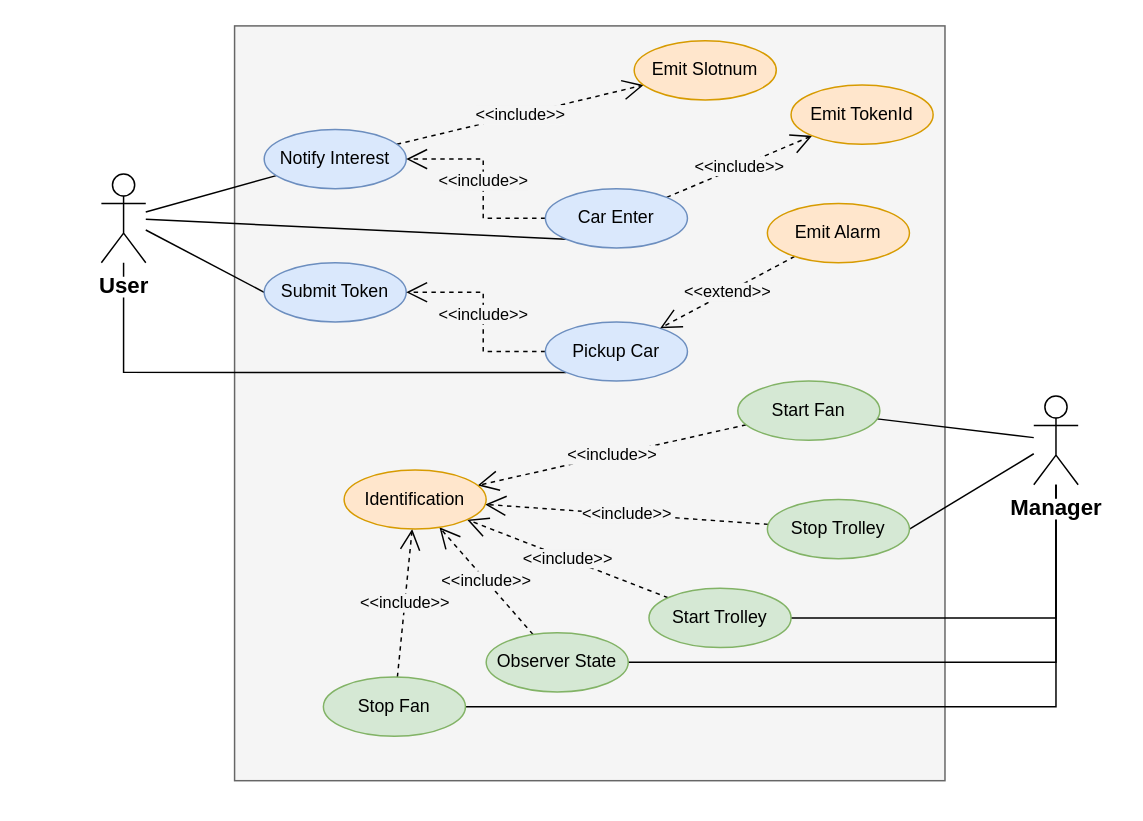
The draw.io diagram userDocs/drawio/useCase.drawio in LM-96/ParkManagerService, before the edit. Source tidied: cells renumbered, new cells numbered last; positions are measured from the earlier drawing's top-left corner, leaving out a move shared by most shapes. Both pictures are drawn from the tidied source at 148%, with x=0, y=0 at pixel (101, 25).
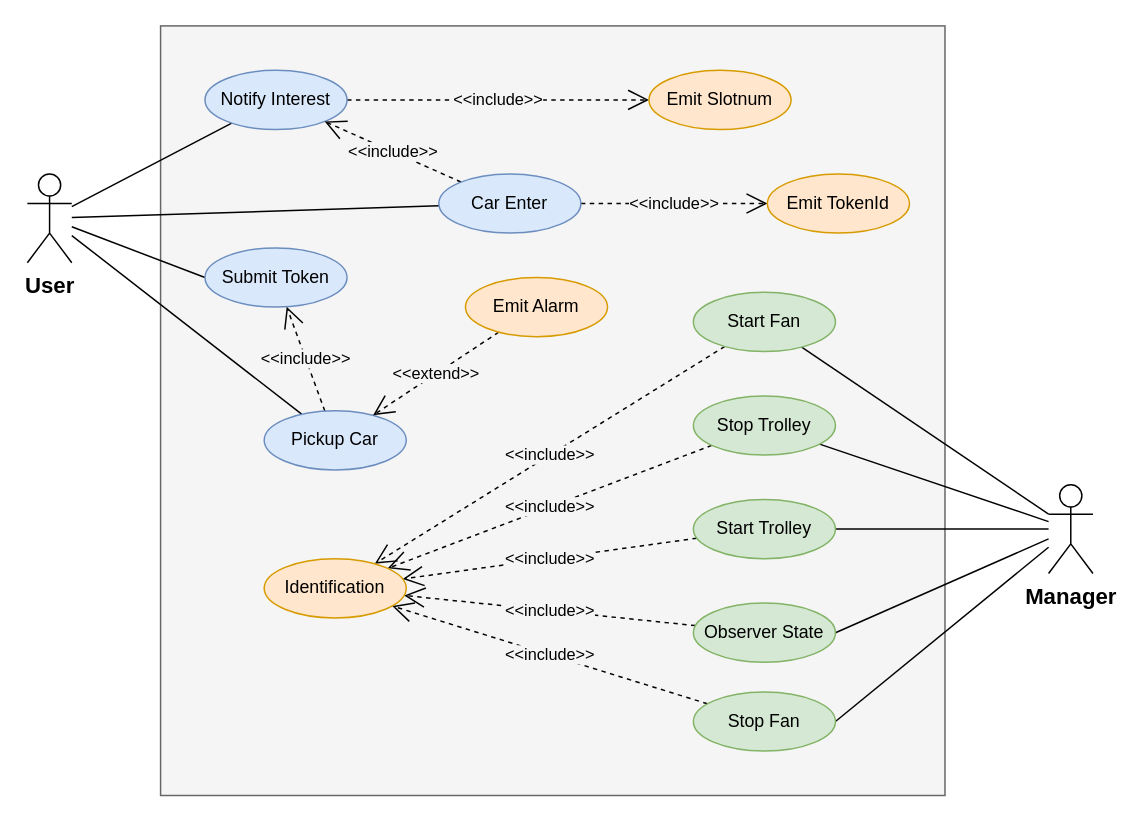
The same page after the edit.

The edit, as a diff of the source:
```diff
@@
     <mxCell id="2" style="rounded=0;whiteSpace=wrap;html=1;fillColor=#f5f5f5;strokeColor=#666666;fontColor=#333333;" parent="1" vertex="1">
-      <mxGeometry x="90" width="480" height="510" as="geometry" />
+      <mxGeometry x="40" width="530" height="520" as="geometry" />
     </mxCell>
@@
-    <mxCell id="4" style="edgeStyle=none;rounded=0;jettySize=auto;html=1;entryX=0;entryY=1;entryDx=0;entryDy=0;endArrow=none;endFill=0;" parent="1" edge="1" source="7" target="18">
+    <mxCell id="4" style="edgeStyle=none;rounded=0;jettySize=auto;html=1;endArrow=none;endFill=0;" parent="1" edge="1" source="7" target="18">
       <mxGeometry relative="1" as="geometry" />
     </mxCell>
@@
-    <mxCell id="6" style="edgeStyle=orthogonalEdgeStyle;rounded=0;jettySize=auto;html=1;entryX=0;entryY=1;entryDx=0;entryDy=0;endArrow=none;endFill=0;" parent="1" edge="1" source="7" target="21">
-      <mxGeometry relative="1" as="geometry">
-        <Array as="points">
-          <mxPoint x="15" y="234" />
-        </Array>
-      </mxGeometry>
+    <mxCell id="6" style="rounded=0;jettySize=auto;html=1;endArrow=none;endFill=0;" parent="1" edge="1" source="7" target="21">
+      <mxGeometry relative="1" as="geometry" />
     </mxCell>
-    <mxCell id="7" value="&lt;span style=&quot;background-color: rgb(255 , 255 , 255)&quot;&gt;&lt;b&gt;&lt;font style=&quot;font-size: 15px&quot;&gt;User&lt;/font&gt;&lt;/b&gt;&lt;/span&gt;" style="shape=umlActor;verticalLabelPosition=bottom;verticalAlign=top;html=1;" parent="1" vertex="1">
-      <mxGeometry y="100" width="30" height="60" as="geometry" />
+    <mxCell id="7" value="&lt;b&gt;&lt;font style=&quot;font-size: 15px&quot;&gt;User&lt;/font&gt;&lt;/b&gt;" style="shape=umlActor;verticalLabelPosition=bottom;verticalAlign=top;html=1;" parent="1" vertex="1">
+      <mxGeometry x="-50" y="100" width="30" height="60" as="geometry" />
     </mxCell>
@@
-    <mxCell id="9" style="rounded=0;jettySize=auto;html=1;entryX=1;entryY=0.5;entryDx=0;entryDy=0;endArrow=none;endFill=0;" parent="1" edge="1" source="13" target="25">
+    <mxCell id="9" style="rounded=0;jettySize=auto;html=1;endArrow=none;endFill=0;" parent="1" edge="1" source="13" target="25">
       <mxGeometry relative="1" as="geometry" />
     </mxCell>
-    <mxCell id="10" style="edgeStyle=orthogonalEdgeStyle;rounded=0;jettySize=auto;html=1;entryX=1;entryY=0.5;entryDx=0;entryDy=0;endArrow=none;endFill=0;" parent="1" edge="1" source="13" target="27">
-      <mxGeometry relative="1" as="geometry">
-        <Array as="points">
-          <mxPoint x="645" y="400" />
-        </Array>
-      </mxGeometry>
+    <mxCell id="10" style="rounded=0;jettySize=auto;html=1;entryX=1;entryY=0.5;entryDx=0;entryDy=0;endArrow=none;endFill=0;" parent="1" edge="1" source="13" target="27">
+      <mxGeometry relative="1" as="geometry" />
     </mxCell>
-    <mxCell id="11" style="edgeStyle=orthogonalEdgeStyle;rounded=0;jettySize=auto;html=1;entryX=1;entryY=0.5;entryDx=0;entryDy=0;endArrow=none;endFill=0;" parent="1" edge="1" source="13" target="23">
-      <mxGeometry relative="1" as="geometry">
-        <Array as="points">
-          <mxPoint x="645" y="430" />
-        </Array>
-      </mxGeometry>
+    <mxCell id="11" style="rounded=0;jettySize=auto;html=1;entryX=1;entryY=0.5;entryDx=0;entryDy=0;endArrow=none;endFill=0;" parent="1" edge="1" source="13" target="23">
+      <mxGeometry relative="1" as="geometry" />
     </mxCell>
-    <mxCell id="12" style="edgeStyle=orthogonalEdgeStyle;rounded=0;jettySize=auto;html=1;entryX=1;entryY=0.5;entryDx=0;entryDy=0;endArrow=none;endFill=0;" parent="1" edge="1" source="13" target="31">
-      <mxGeometry relative="1" as="geometry">
-        <Array as="points">
-          <mxPoint x="645" y="460" />
-        </Array>
-      </mxGeometry>
+    <mxCell id="12" style="rounded=0;jettySize=auto;html=1;entryX=1;entryY=0.5;entryDx=0;entryDy=0;endArrow=none;endFill=0;" parent="1" edge="1" source="13" target="31">
+      <mxGeometry relative="1" as="geometry" />
     </mxCell>
-    <mxCell id="13" value="&lt;span style=&quot;background-color: rgb(255 , 255 , 255)&quot;&gt;&lt;font style=&quot;font-size: 15px&quot;&gt;&lt;b&gt;Manager&lt;/b&gt;&lt;/font&gt;&lt;/span&gt;" style="shape=umlActor;verticalLabelPosition=bottom;verticalAlign=top;html=1;" parent="1" vertex="1">
-      <mxGeometry x="630" y="250" width="30" height="60" as="geometry" />
+    <mxCell id="13" value="&lt;font style=&quot;font-size: 15px&quot;&gt;&lt;b&gt;Manager&lt;/b&gt;&lt;/font&gt;" style="shape=umlActor;verticalLabelPosition=bottom;verticalAlign=top;html=1;" parent="1" vertex="1">
+      <mxGeometry x="640" y="310" width="30" height="60" as="geometry" />
     </mxCell>
@@
     <mxCell id="15" value="Notify Interest" style="ellipse;whiteSpace=wrap;html=1;fillColor=#dae8fc;strokeColor=#6c8ebf;" parent="1" vertex="1">
-      <mxGeometry x="110" y="70" width="96" height="40" as="geometry" />
+      <mxGeometry x="70" y="30" width="96" height="40" as="geometry" />
     </mxCell>
-    <mxCell id="16" value="&amp;lt;&amp;lt;include&amp;gt;&amp;gt;" style="edgeStyle=orthogonalEdgeStyle;rounded=0;jettySize=auto;html=1;dashed=1;endArrow=open;endFill=0;endSize=12;labelBackgroundColor=#F5F5F5;" parent="1" edge="1" source="18" target="15">
+    <mxCell id="16" value="&amp;lt;&amp;lt;include&amp;gt;&amp;gt;" style="rounded=0;jettySize=auto;html=1;dashed=1;endArrow=open;endFill=0;endSize=12;labelBackgroundColor=#F5F5F5;" parent="1" edge="1" source="18" target="15">
       <mxGeometry relative="1" as="geometry" />
     </mxCell>
@@
     <mxCell id="18" value="Car Enter" style="ellipse;whiteSpace=wrap;html=1;fillColor=#dae8fc;strokeColor=#6c8ebf;" parent="1" vertex="1">
-      <mxGeometry x="300" y="110" width="96" height="40" as="geometry" />
+      <mxGeometry x="228" y="100" width="96" height="40" as="geometry" />
     </mxCell>
     <mxCell id="19" value="Submit Token" style="ellipse;whiteSpace=wrap;html=1;fillColor=#dae8fc;strokeColor=#6c8ebf;" parent="1" vertex="1">
-      <mxGeometry x="110" y="160" width="96" height="40" as="geometry" />
+      <mxGeometry x="70" y="150" width="96" height="40" as="geometry" />
     </mxCell>
-    <mxCell id="20" value="&amp;lt;&amp;lt;include&amp;gt;&amp;gt;" style="edgeStyle=orthogonalEdgeStyle;rounded=0;jettySize=auto;html=1;dashed=1;endArrow=open;endFill=0;endSize=12;labelBackgroundColor=#F5F5F5;" parent="1" edge="1" source="21" target="19">
+    <mxCell id="20" value="&amp;lt;&amp;lt;include&amp;gt;&amp;gt;" style="rounded=0;jettySize=auto;html=1;dashed=1;endArrow=open;endFill=0;endSize=12;labelBackgroundColor=#F5F5F5;" parent="1" edge="1" source="21" target="19">
       <mxGeometry relative="1" as="geometry" />
     </mxCell>
     <mxCell id="21" value="Pickup Car" style="ellipse;whiteSpace=wrap;html=1;fillColor=#dae8fc;strokeColor=#6c8ebf;" parent="1" vertex="1">
-      <mxGeometry x="300" y="200" width="96" height="40" as="geometry" />
+      <mxGeometry x="110" y="260" width="96" height="40" as="geometry" />
     </mxCell>
@@
     <mxCell id="23" value="Observer State" style="ellipse;whiteSpace=wrap;html=1;fillColor=#d5e8d4;strokeColor=#82b366;" parent="1" vertex="1">
-      <mxGeometry x="260" y="410" width="96" height="40" as="geometry" />
+      <mxGeometry x="400" y="390" width="96" height="40" as="geometry" />
     </mxCell>
@@
     <mxCell id="25" value="Stop Trolley" style="ellipse;whiteSpace=wrap;html=1;fillColor=#d5e8d4;strokeColor=#82b366;" parent="1" vertex="1">
-      <mxGeometry x="450" y="320" width="96" height="40" as="geometry" />
+      <mxGeometry x="400" y="250" width="96" height="40" as="geometry" />
     </mxCell>
@@
     <mxCell id="27" value="Start Trolley" style="ellipse;whiteSpace=wrap;html=1;fillColor=#d5e8d4;strokeColor=#82b366;" parent="1" vertex="1">
-      <mxGeometry x="370" y="380" width="96" height="40" as="geometry" />
+      <mxGeometry x="400" y="320" width="96" height="40" as="geometry" />
     </mxCell>
@@
     <mxCell id="29" value="Start Fan" style="ellipse;whiteSpace=wrap;html=1;fillColor=#d5e8d4;strokeColor=#82b366;" parent="1" vertex="1">
-      <mxGeometry x="430" y="240" width="96" height="40" as="geometry" />
+      <mxGeometry x="400" y="180" width="96" height="40" as="geometry" />
     </mxCell>
@@
     <mxCell id="31" value="Stop Fan" style="ellipse;whiteSpace=wrap;html=1;fillColor=#d5e8d4;strokeColor=#82b366;" parent="1" vertex="1">
-      <mxGeometry x="150" y="440" width="96" height="40" as="geometry" />
+      <mxGeometry x="400" y="450" width="96" height="40" as="geometry" />
     </mxCell>
     <mxCell id="32" value="Identification" style="ellipse;whiteSpace=wrap;html=1;fillColor=#ffe6cc;strokeColor=#d79b00;" parent="1" vertex="1">
-      <mxGeometry x="164" y="300" width="96" height="40" as="geometry" />
+      <mxGeometry x="110" y="360" width="96" height="40" as="geometry" />
     </mxCell>
     <mxCell id="33" value="Emit Slotnum" style="ellipse;whiteSpace=wrap;html=1;fillColor=#ffe6cc;strokeColor=#d79b00;" parent="1" vertex="1">
-      <mxGeometry x="360" y="10" width="96" height="40" as="geometry" />
+      <mxGeometry x="370" y="30" width="96" height="40" as="geometry" />
     </mxCell>
     <mxCell id="34" value="Emit TokenId" style="ellipse;whiteSpace=wrap;html=1;fillColor=#ffe6cc;strokeColor=#d79b00;" parent="1" vertex="1">
-      <mxGeometry x="466" y="40" width="96" height="40" as="geometry" />
+      <mxGeometry x="450" y="100" width="96" height="40" as="geometry" />
     </mxCell>
@@
     <mxCell id="36" value="Emit Alarm" style="ellipse;whiteSpace=wrap;html=1;fillColor=#ffe6cc;strokeColor=#d79b00;" parent="1" vertex="1">
-      <mxGeometry x="450" y="120" width="96" height="40" as="geometry" />
+      <mxGeometry x="246" y="170" width="96" height="40" as="geometry" />
     </mxCell>
```
